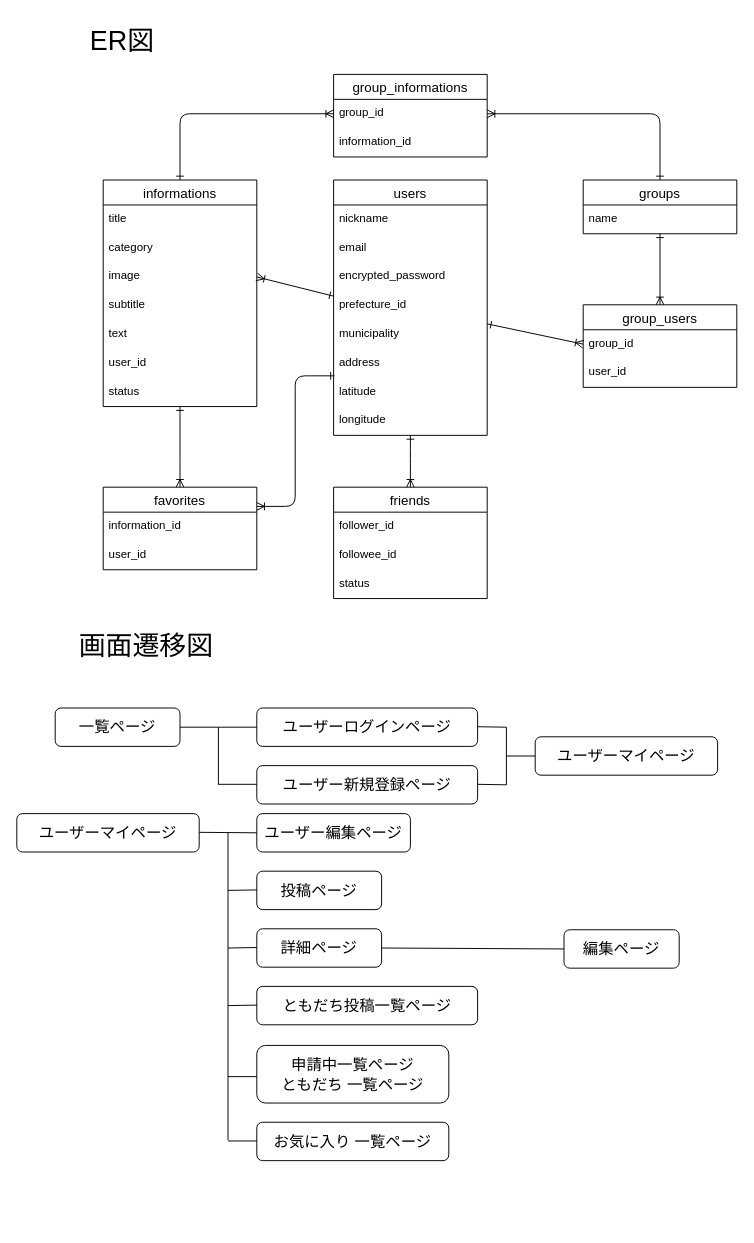
Earlier version of the draw.io diagram ER.dio (takuro-miyaguchi/idobata-38300). Source tidied: cells renumbered, new cells numbered last; positions are measured from the earlier drawing's top-left corner, leaving out a move shared by most shapes. Both pictures are drawn from the tidied source at 96%, with x=0, y=0 at pixel (16, 16).
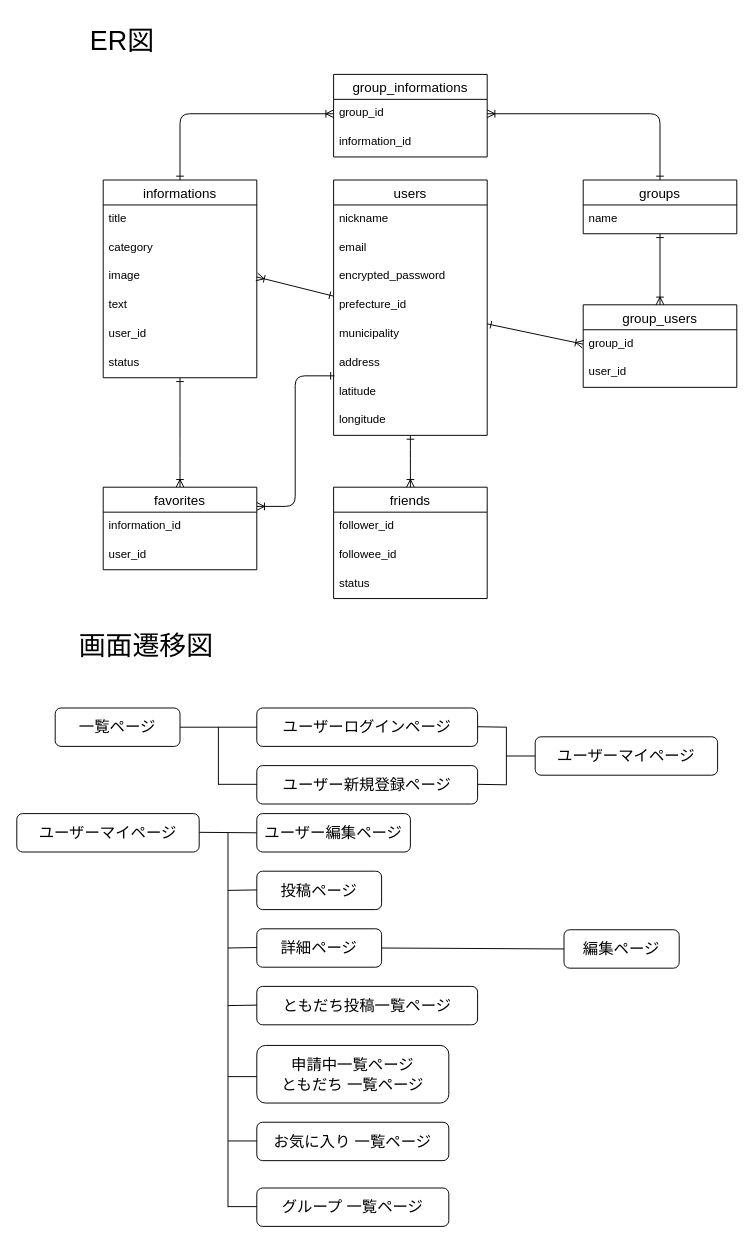
The same page after the edit.

Change to the diagram source:
```diff
@@
     <mxCell id="2" value="informations" style="swimlane;fontStyle=0;horizontal=1;startSize=26;align=center;fontSize=14;" parent="1" vertex="1">
-      <mxGeometry x="90" y="170" width="160" height="236" as="geometry" />
+      <mxGeometry x="90" y="170" width="160" height="206" as="geometry" />
     </mxCell>
@@
-    <mxCell id="6" value="subtitle" style="text;strokeColor=none;fillColor=none;spacingLeft=4;spacingRight=4;overflow=hidden;fontSize=12;" parent="2" vertex="1">
-      <mxGeometry y="116" width="160" height="30" as="geometry" />
-    </mxCell>
     <mxCell id="7" value="text" style="text;strokeColor=none;fillColor=none;spacingLeft=4;spacingRight=4;overflow=hidden;fontSize=12;" parent="2" vertex="1">
-      <mxGeometry y="146" width="160" height="30" as="geometry" />
+      <mxGeometry y="116" width="160" height="30" as="geometry" />
     </mxCell>
     <mxCell id="8" value="user_id" style="text;strokeColor=none;fillColor=none;spacingLeft=4;spacingRight=4;overflow=hidden;fontSize=12;" parent="2" vertex="1">
-      <mxGeometry y="176" width="160" height="30" as="geometry" />
+      <mxGeometry y="146" width="160" height="30" as="geometry" />
     </mxCell>
     <mxCell id="9" value="status" style="text;strokeColor=none;fillColor=none;spacingLeft=4;spacingRight=4;overflow=hidden;fontSize=12;" parent="2" vertex="1">
-      <mxGeometry y="206" width="160" height="30" as="geometry" />
+      <mxGeometry y="176" width="160" height="30" as="geometry" />
     </mxCell>
@@
     <mxCell id="68" style="endArrow=none;html=1;fontSize=16;" parent="1" edge="1">
       <mxGeometry relative="1" as="geometry">
-        <mxPoint x="220" y="1170" as="sourcePoint" />
+        <mxPoint x="220" y="1240" as="sourcePoint" />
         <mxPoint x="220" y="850" as="targetPoint" />
       </mxGeometry>
     </mxCell>
@@
+    <mxCell id="71" value="グループ 一覧ページ" style="rounded=1;whiteSpace=wrap;html=1;fontSize=16;" parent="1" vertex="1">
+      <mxGeometry x="250" y="1220" width="200" height="40" as="geometry" />
+    </mxCell>
+    <mxCell id="72" style="endArrow=none;html=1;fontSize=16;" parent="1" edge="1">
+      <mxGeometry relative="1" as="geometry">
+        <mxPoint x="220" y="1239.4" as="sourcePoint" />
+        <mxPoint x="250" y="1239.4" as="targetPoint" />
+      </mxGeometry>
+    </mxCell>
```
